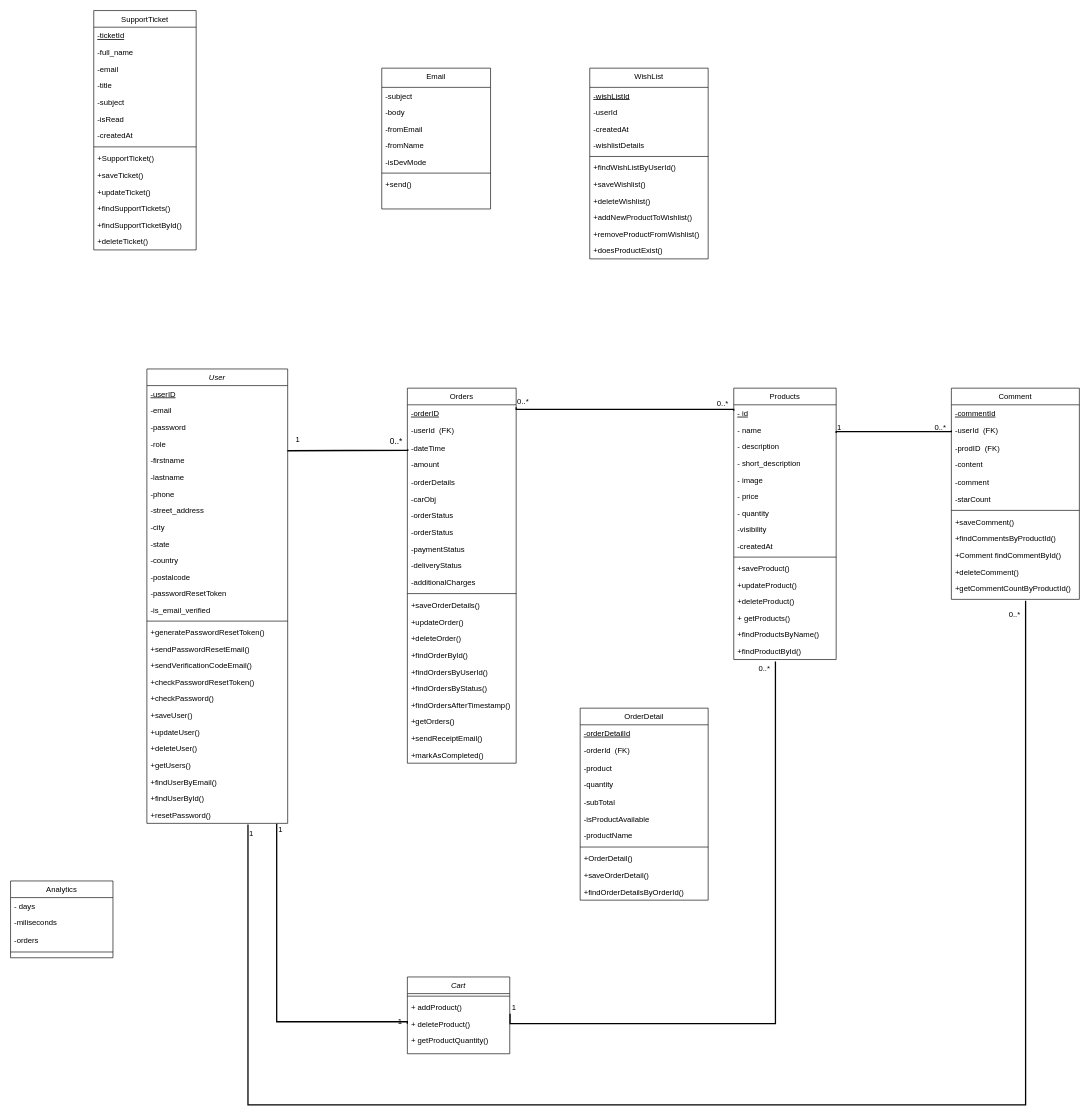
Earlier version of the draw.io diagram assets/diagrams/Class Diagram.drawio (isira-adithya/PUSL2024). Source tidied: cells renumbered, new cells numbered last; positions are measured from the earlier drawing's top-left corner, leaving out a move shared by most shapes. Both pictures are drawn from the tidied source at 64%, with x=0, y=0 at pixel (10, 10).
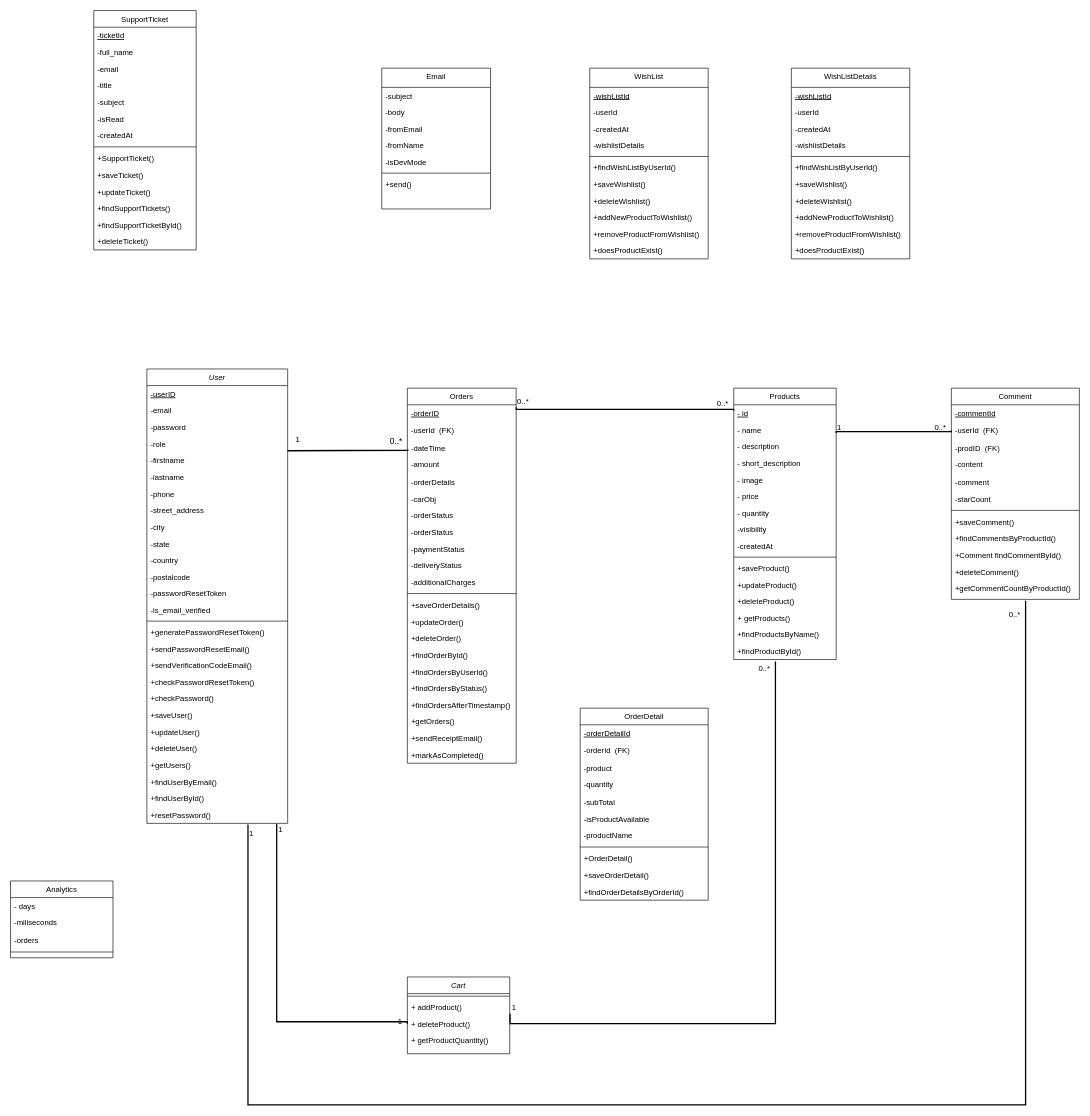
After the change.

Commit message:
added WishListDetails class,Class diagram

The edit, as a diff of the source:
```diff
@@
+    <mxCell id="158" value="WishListDetails" style="swimlane;fontStyle=0;align=center;verticalAlign=top;horizontal=1;startSize=30;rounded=0;shadow=0;strokeWidth=1;" parent="1" vertex="1">
+      <mxGeometry x="1220" y="90" width="185" height="298" as="geometry" />
+    </mxCell>
+    <mxCell id="159" value="-wishListId" style="text;align=left;verticalAlign=top;spacingLeft=4;spacingRight=4;overflow=hidden;fontStyle=4;" parent="158" vertex="1">
+      <mxGeometry y="30" width="185" height="26" as="geometry" />
+    </mxCell>
+    <mxCell id="160" value="-userId" style="text;align=left;verticalAlign=top;spacingLeft=4;spacingRight=4;overflow=hidden;" parent="158" vertex="1">
+      <mxGeometry y="56" width="185" height="26" as="geometry" />
+    </mxCell>
+    <mxCell id="161" value="-createdAt" style="text;align=left;verticalAlign=top;spacingLeft=4;spacingRight=4;overflow=hidden;" parent="158" vertex="1">
+      <mxGeometry y="82" width="185" height="26" as="geometry" />
+    </mxCell>
+    <mxCell id="162" value="-wishlistDetails" style="text;align=left;verticalAlign=top;spacingLeft=4;spacingRight=4;overflow=hidden;" parent="158" vertex="1">
+      <mxGeometry y="108" width="185" height="26" as="geometry" />
+    </mxCell>
+    <mxCell id="163" style="line;html=1;strokeWidth=1;align=left;verticalAlign=middle;spacingTop=-1;spacingLeft=3;spacingRight=3;labelPosition=right;" parent="158" vertex="1">
+      <mxGeometry y="134" width="185" height="8" as="geometry" />
+    </mxCell>
+    <mxCell id="164" value="+findWishListByUserId()" style="text;align=left;verticalAlign=top;spacingLeft=4;spacingRight=4;overflow=hidden;" parent="158" vertex="1">
+      <mxGeometry y="142" width="185" height="26" as="geometry" />
+    </mxCell>
+    <mxCell id="165" value="+saveWishlist()" style="text;align=left;verticalAlign=top;spacingLeft=4;spacingRight=4;overflow=hidden;" parent="158" vertex="1">
+      <mxGeometry y="168" width="185" height="26" as="geometry" />
+    </mxCell>
+    <mxCell id="166" value="+deleteWishlist()" style="text;align=left;verticalAlign=top;spacingLeft=4;spacingRight=4;overflow=hidden;" parent="158" vertex="1">
+      <mxGeometry y="194" width="185" height="26" as="geometry" />
+    </mxCell>
+    <mxCell id="167" value="+addNewProductToWishlist()" style="text;align=left;verticalAlign=top;spacingLeft=4;spacingRight=4;overflow=hidden;" parent="158" vertex="1">
+      <mxGeometry y="220" width="185" height="26" as="geometry" />
+    </mxCell>
+    <mxCell id="168" value="+removeProductFromWishlist()" style="text;align=left;verticalAlign=top;spacingLeft=4;spacingRight=4;overflow=hidden;" parent="158" vertex="1">
+      <mxGeometry y="246" width="185" height="26" as="geometry" />
+    </mxCell>
+    <mxCell id="169" value="+doesProductExist()" style="text;align=left;verticalAlign=top;spacingLeft=4;spacingRight=4;overflow=hidden;" parent="158" vertex="1">
+      <mxGeometry y="272" width="185" height="26" as="geometry" />
+    </mxCell>
```
